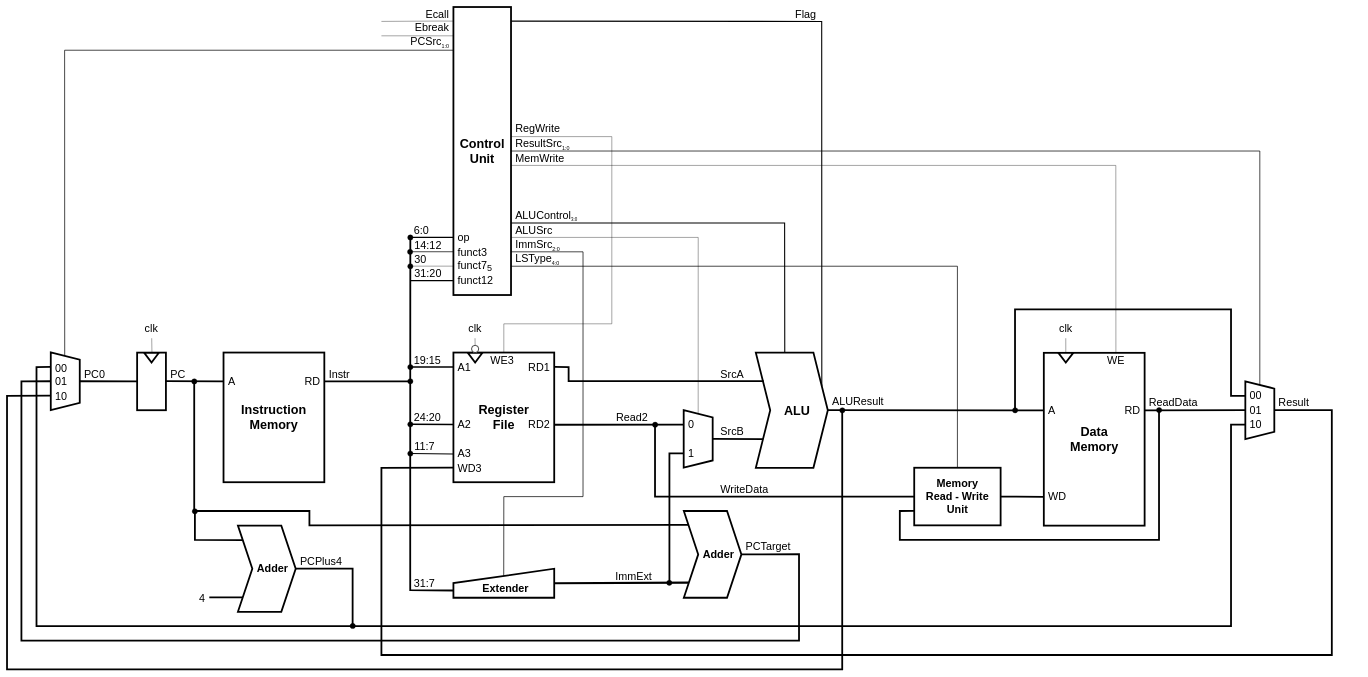
The draw.io diagram page "Datapath" (1 of 5) of 92_report/Diagrams/Block-diagram.drawio in ndNgoc1310/RISC-V_Single-cycle_Processor, before the edit. Source tidied: cells renumbered, new cells numbered last; positions are measured from the earlier drawing's top-left corner, leaving out a move shared by most shapes. Both pictures are drawn from the tidied source at 36%, with x=0, y=0 at pixel (7, 7).
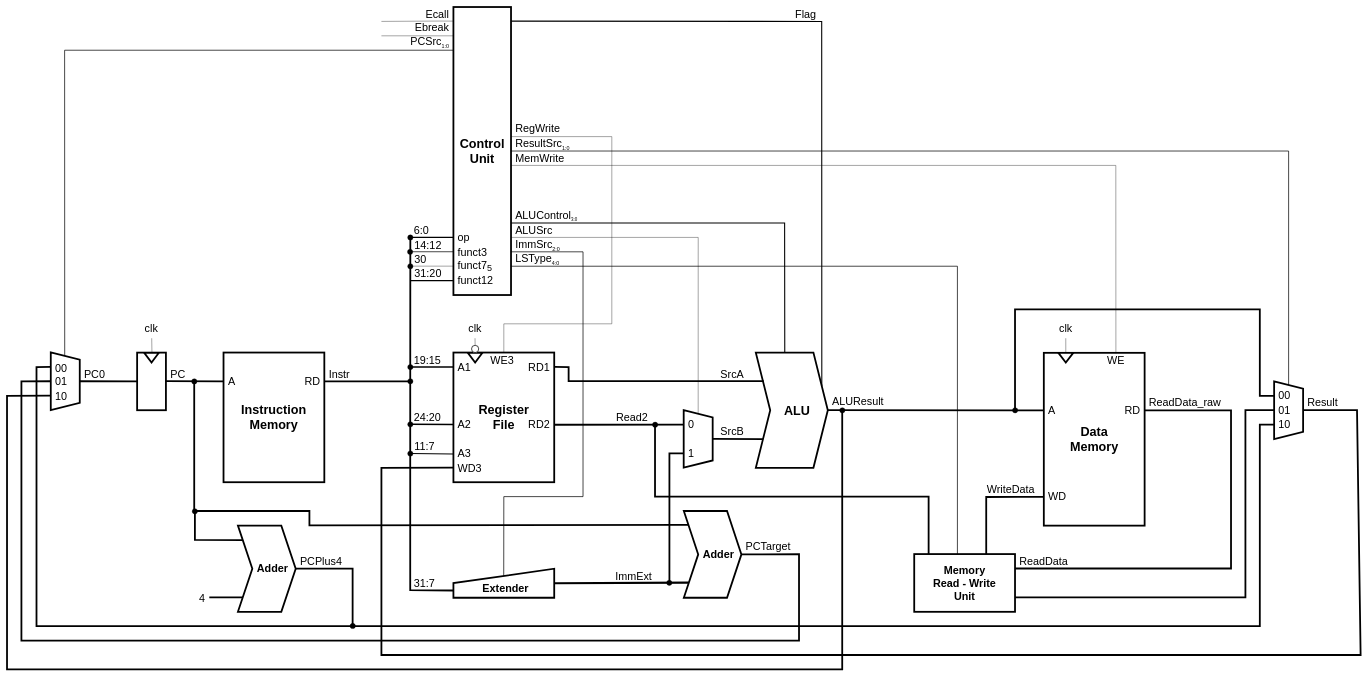
The same diagram, later.

Unchanged cells that the change refers to:
```xml
<mxCell id="4" value="&amp;nbsp; &amp;nbsp; Adder" style="shape=step;perimeter=stepPerimeter;whiteSpace=wrap;html=1;fixedSize=1;size=40;strokeWidth=5;fontSize=30;fontStyle=1;" parent="1" vertex="1">
  <mxGeometry x="641.4" y="1440.6" width="160.5" height="239.4" as="geometry" />
</mxCell>
<mxCell id="9" value="Register&lt;div&gt;File&lt;/div&gt;" style="rounded=0;whiteSpace=wrap;html=1;points=[[0,0.5,0,0,-240],[0,0.5,0,0,-200],[0,0.5,0,0,-160],[0,0.5,0,0,-120],[0,0.5,0,0,-80],[0,0.5,0,0,-40],[0,0.5,0,0,0],[0,0.5,0,0,40],[0,0.5,0,0,80],[0,0.5,0,0,120],[0,0.5,0,0,160],[0,0.5,0,0,200],[0,0.5,0,0,240],[0.25,0,0,0,0],[0.25,1,0,0,0],[0.5,0,0,-100,0],[0.5,0,0,-60,0],[0.5,0,0,-20,0],[0.5,0,0,0,0],[0.5,0,0,20,0],[0.5,0,0,60,0],[0.5,0,0,100,0],[0.5,1,0,-100,0],[0.5,1,0,-60,0],[0.5,1,0,-20,0],[0.5,1,0,0,0],[0.5,1,0,20,0],[0.5,1,0,60,0],[0.5,1,0,100,0],[0.5,1,0,1000,0],[0.75,0,0,0,0],[0.75,1,0,0,0],[1,0,0,0,0],[1,0.25,0,0,0],[1,0.5,0,0,-200],[1,0.5,0,0,-160],[1,0.5,0,0,-80],[1,0.5,0,0,-40],[1,0.5,0,0,0],[1,0.5,0,0,40],[1,0.5,0,0,80],[1,0.5,0,0,120],[1,0.5,0,0,160],[1,0.5,0,0,200],[1,0.75,0,0,0],[1,1,0,0,0]];strokeWidth=5;fontSize=35;fontStyle=1;" parent="1" vertex="1">
  <mxGeometry x="1240" y="959.8" width="280" height="360.2" as="geometry" />
</mxCell>
<mxCell id="10" value="Data&lt;div&gt;Memory&lt;/div&gt;" style="rounded=0;whiteSpace=wrap;html=1;points=[[0,0.5,0,0,-240],[0,0.5,0,0,-200],[0,0.5,0,0,-160],[0,0.5,0,0,-120],[0,0.5,0,0,-80],[0,0.5,0,0,-40],[0,0.5,0,0,0],[0,0.5,0,0,40],[0,0.5,0,0,80],[0,0.5,0,0,120],[0,0.5,0,0,160],[0,0.5,0,0,200],[0,0.5,0,0,240],[0.25,0,0,0,0],[0.25,1,0,0,0],[0.5,0,0,-100,0],[0.5,0,0,-60,0],[0.5,0,0,-20,0],[0.5,0,0,0,0],[0.5,0,0,20,0],[0.5,0,0,60,0],[0.5,0,0,100,0],[0.5,1,0,-100,0],[0.5,1,0,-60,0],[0.5,1,0,-20,0],[0.5,1,0,0,0],[0.5,1,0,20,0],[0.5,1,0,60,0],[0.5,1,0,100,0],[0.5,1,0,1000,0],[0.75,0,0,0,0],[0.75,1,0,0,0],[1,0,0,0,0],[1,0.25,0,0,0],[1,0.5,0,0,-200],[1,0.5,0,0,-160],[1,0.5,0,0,-80],[1,0.5,0,0,-40],[1,0.5,0,0,0],[1,0.5,0,0,40],[1,0.5,0,0,80],[1,0.5,0,0,120],[1,0.5,0,0,160],[1,0.5,0,0,200],[1,0.75,0,0,0],[1,1,0,0,0]];strokeWidth=5;fontSize=35;fontStyle=1;" parent="1" vertex="1">
  <mxGeometry x="2880" y="960.6" width="280" height="480" as="geometry" />
</mxCell>
<mxCell id="12" value="Control&lt;div&gt;Unit&lt;/div&gt;" style="rounded=0;whiteSpace=wrap;html=1;points=[[0,0.5,0,0,-1600],[0,0.5,0,0,-280],[0,0.5,0,0,-240],[0,0.5,0,0,-200],[0,0.5,0,0,-160],[0,0.5,0,0,-120],[0,0.5,0,0,-80],[0,0.5,0,0,-40],[0,0.5,0,0,0],[0,0.5,0,0,40],[0,0.5,0,0,80],[0,0.5,0,0,120],[0,0.5,0,0,160],[0,0.5,0,0,200],[0,0.5,0,0,240],[0,0.5,0,0,280],[0.5,1,0,1000,0],[1,0.5,0,0,-280],[1,0.5,0,0,-240],[1,0.5,0,0,-200],[1,0.5,0,0,-160],[1,0.5,0,0,-120],[1,0.5,0,0,-80],[1,0.5,0,0,-40],[1,0.5,0,0,0],[1,0.5,0,0,40],[1,0.5,0,0,80],[1,0.5,0,0,120],[1,0.5,0,0,160],[1,0.5,0,0,200],[1,0.5,0,0,240],[1,0.5,0,0,280]];strokeWidth=5;fontSize=35;fontStyle=1;" parent="1" vertex="1">
  <mxGeometry x="1240" width="160" height="800" as="geometry" />
</mxCell>
```

What changed in the source:
```diff
@@
     <mxCell id="7" style="shape=trapezoid;perimeter=trapezoidPerimeter;whiteSpace=wrap;html=1;fixedSize=1;rotation=90;strokeWidth=5;" parent="1" vertex="1">
-      <mxGeometry x="3400" y="1079.7" width="160" height="80.5" as="geometry" />
+      <mxGeometry x="3480" y="1079.7" width="160" height="80.5" as="geometry" />
     </mxCell>
@@
+    <mxCell id="143" style="edgeStyle=orthogonalEdgeStyle;rounded=0;jettySize=auto;html=1;entryX=0.5;entryY=1;entryDx=0;entryDy=0;endArrow=none;startFill=0;strokeWidth=5;exitX=1;exitY=0.5;exitDx=0;exitDy=40;exitPerimeter=0;" parent="1" edge="1" source="11" target="7">
+      <mxGeometry relative="1" as="geometry">
+        <Array as="points">
+          <mxPoint x="3440" y="1640" />
+          <mxPoint x="3440" y="1120" />
+        </Array>
+      </mxGeometry>
+    </mxCell>
     <mxCell id="11" value="Memory&lt;div&gt;Read - Write&lt;/div&gt;&lt;div&gt;Unit&lt;/div&gt;" style="rounded=0;whiteSpace=wrap;html=1;points=[[0,0.5,0,0,-240],[0,0.5,0,0,-200],[0,0.5,0,0,-160],[0,0.5,0,0,-120],[0,0.5,0,0,-80],[0,0.5,0,0,-40],[0,0.5,0,0,0],[0,0.5,0,0,40],[0,0.5,0,0,80],[0,0.5,0,0,120],[0,0.5,0,0,160],[0,0.5,0,0,200],[0,0.5,0,0,240],[0.25,0,0,0,0],[0.25,1,0,0,0],[0.5,0,0,-100,0],[0.5,0,0,-60,0],[0.5,0,0,-20,0],[0.5,0,0,0,0],[0.5,0,0,20,0],[0.5,0,0,60,0],[0.5,0,0,100,0],[0.5,1,0,-100,0],[0.5,1,0,-60,0],[0.5,1,0,-20,0],[0.5,1,0,0,0],[0.5,1,0,20,0],[0.5,1,0,60,0],[0.5,1,0,100,0],[0.5,1,0,1000,0],[0.75,0,0,0,0],[0.75,1,0,0,0],[1,0,0,0,0],[1,0.25,0,0,0],[1,0.5,0,0,-200],[1,0.5,0,0,-160],[1,0.5,0,0,-80],[1,0.5,0,0,-40],[1,0.5,0,0,0],[1,0.5,0,0,40],[1,0.5,0,0,80],[1,0.5,0,0,120],[1,0.5,0,0,160],[1,0.5,0,0,200],[1,0.75,0,0,0],[1,1,0,0,0]];strokeWidth=5;fontSize=30;fontStyle=1;" parent="1" vertex="1">
-      <mxGeometry x="2520" y="1279.8" width="240" height="160" as="geometry" />
+      <mxGeometry x="2520" y="1519.6" width="280" height="160.4" as="geometry" />
     </mxCell>
@@
     <mxCell id="18" style="endArrow=none;html=1;rounded=0;entryX=1;entryY=0.5;entryDx=0;entryDy=0;strokeWidth=5;exitX=0.75;exitY=1;exitDx=0;exitDy=0;" parent="1" edge="1" source="7" target="4">
       <mxGeometry relative="1" as="geometry">
         <Array as="points">
-          <mxPoint x="3400" y="1160" />
-          <mxPoint x="3400" y="1720" />
+          <mxPoint x="3480" y="1160" />
+          <mxPoint x="3480" y="1720" />
           <mxPoint x="960" y="1720" />
           <mxPoint x="960" y="1560" />
           <mxPoint x="801.9" y="1560" />
         </Array>
       </mxGeometry>
     </mxCell>
@@
-    <mxCell id="35" style="endArrow=none;html=1;rounded=0;strokeWidth=2;entryX=0.5;entryY=0;entryDx=0;entryDy=0;entryPerimeter=0;exitX=0.998;exitY=0.9;exitDx=0;exitDy=0;exitPerimeter=0;" parent="1" edge="1" source="12" target="11">
+    <mxCell id="35" style="endArrow=none;html=1;rounded=0;strokeWidth=2;exitX=0.998;exitY=0.9;exitDx=0;exitDy=0;exitPerimeter=0;entryX=0.5;entryY=0;entryDx=-20;entryDy=0;entryPerimeter=0;" parent="1" edge="1" source="12" target="11">
       <mxGeometry relative="1" as="geometry">
         <Array as="points">
           <mxPoint x="2640" y="720" />
         </Array>
       </mxGeometry>
     </mxCell>
@@
     <mxCell id="40" style="endArrow=none;html=1;rounded=0;exitX=1;exitY=0.5;exitDx=0;exitDy=40;exitPerimeter=0;entryX=0;entryY=0.5;entryDx=0;entryDy=0;strokeWidth=2;" parent="1" edge="1" target="7">
       <mxGeometry relative="1" as="geometry">
         <mxPoint x="1400" y="400" as="sourcePoint" />
         <Array as="points">
-          <mxPoint x="3480" y="400" />
+          <mxPoint x="3560" y="400" />
         </Array>
       </mxGeometry>
     </mxCell>
@@
-    <mxCell id="44" style="endArrow=none;html=1;rounded=0;exitX=0;exitY=0.5;exitDx=0;exitDy=0;exitPerimeter=0;strokeWidth=5;" parent="1" edge="1" source="11">
+    <mxCell id="44" style="endArrow=none;html=1;rounded=0;strokeWidth=5;exitX=0.5;exitY=0;exitDx=-100;exitDy=0;exitPerimeter=0;" parent="1" edge="1" source="11">
       <mxGeometry relative="1" as="geometry">
         <mxPoint x="1800" y="1160" as="targetPoint" />
         <Array as="points">
+          <mxPoint x="2560" y="1360" />
           <mxPoint x="1800" y="1360" />
         </Array>
       </mxGeometry>
     </mxCell>
@@
-    <mxCell id="49" style="endArrow=none;html=1;rounded=0;entryX=1;entryY=0.5;entryDx=0;entryDy=0;entryPerimeter=0;exitX=0;exitY=0.5;exitDx=0;exitDy=160;exitPerimeter=0;strokeWidth=5;" parent="1" edge="1" source="10" target="11">
-      <mxGeometry relative="1" as="geometry" />
+    <mxCell id="49" style="endArrow=none;html=1;rounded=0;exitX=0;exitY=0.5;exitDx=0;exitDy=160;exitPerimeter=0;strokeWidth=5;entryX=0.5;entryY=0;entryDx=60;entryDy=0;entryPerimeter=0;" parent="1" edge="1" source="10" target="11">
+      <mxGeometry relative="1" as="geometry">
+        <Array as="points">
+          <mxPoint x="2720" y="1361" />
+        </Array>
+      </mxGeometry>
     </mxCell>
-    <mxCell id="50" style="endArrow=none;html=1;rounded=0;entryX=1;entryY=0.5;entryDx=0;entryDy=-80;entryPerimeter=0;exitX=0.5;exitY=1;exitDx=0;exitDy=0;strokeWidth=5;" parent="1" edge="1" source="7" target="10">
-      <mxGeometry relative="1" as="geometry" />
-    </mxCell>
-    <mxCell id="51" style="endArrow=none;html=1;rounded=0;exitX=0;exitY=0.5;exitDx=0;exitDy=40;exitPerimeter=0;strokeWidth=5;" parent="1" edge="1" source="11">
-      <mxGeometry relative="1" as="geometry">
-        <mxPoint x="3200" y="1120" as="targetPoint" />
-        <Array as="points">
-          <mxPoint x="2480" y="1400" />
-          <mxPoint x="2480" y="1480" />
-          <mxPoint x="3200" y="1480" />
-        </Array>
-      </mxGeometry>
-    </mxCell>
     <mxCell id="52" style="endArrow=none;html=1;rounded=0;entryX=0.25;entryY=1;entryDx=0;entryDy=0;strokeWidth=5;" parent="1" edge="1" target="7">
       <mxGeometry relative="1" as="geometry">
         <mxPoint x="2800" y="1120" as="sourcePoint" />
         <Array as="points">
           <mxPoint x="2800" y="840" />
-          <mxPoint x="3400" y="840" />
-          <mxPoint x="3400" y="1080" />
+          <mxPoint x="3480" y="840" />
+          <mxPoint x="3480" y="1080" />
         </Array>
       </mxGeometry>
     </mxCell>
@@
     <mxCell id="55" style="endArrow=none;html=1;rounded=0;entryX=0.5;entryY=0;entryDx=0;entryDy=0;exitX=-0.003;exitY=0.888;exitDx=0;exitDy=0;exitPerimeter=0;strokeWidth=5;" parent="1" edge="1" source="9" target="7">
       <mxGeometry relative="1" as="geometry">
         <Array as="points">
           <mxPoint x="1040" y="1280" />
           <mxPoint x="1040" y="1800" />
-          <mxPoint x="3680" y="1800" />
-          <mxPoint x="3680" y="1120" />
+          <mxPoint x="3760" y="1800" />
+          <mxPoint x="3750" y="1120" />
         </Array>
       </mxGeometry>
     </mxCell>
@@
     <mxCell id="61" value="00" style="text;html=1;align=left;verticalAlign=middle;whiteSpace=wrap;rounded=0;fontSize=30;" parent="1" vertex="1">
-      <mxGeometry x="3450" y="1067" width="60" height="24.8" as="geometry" />
+      <mxGeometry x="3530" y="1067" width="60" height="24.8" as="geometry" />
     </mxCell>
     <mxCell id="62" value="01" style="text;html=1;align=left;verticalAlign=middle;whiteSpace=wrap;rounded=0;fontSize=30;" parent="1" vertex="1">
-      <mxGeometry x="3450" y="1107.6" width="60" height="24.8" as="geometry" />
+      <mxGeometry x="3530" y="1107.6" width="60" height="24.8" as="geometry" />
     </mxCell>
     <mxCell id="63" value="10" style="text;html=1;align=left;verticalAlign=middle;whiteSpace=wrap;rounded=0;fontSize=30;" parent="1" vertex="1">
-      <mxGeometry x="3450" y="1147.4" width="60" height="24.8" as="geometry" />
+      <mxGeometry x="3530" y="1147.4" width="60" height="24.8" as="geometry" />
     </mxCell>
@@
-    <mxCell id="97" style="ellipse;whiteSpace=wrap;html=1;fillColor=#000000;" parent="1" vertex="1">
-      <mxGeometry x="3193" y="1112.4" width="14.6" height="14.6" as="geometry" />
-    </mxCell>
@@
-    <mxCell id="132" value="WriteData" style="text;html=1;align=left;verticalAlign=middle;whiteSpace=wrap;rounded=0;fontSize=30;" parent="1" vertex="1">
-      <mxGeometry x="1980" y="1326.8" width="140" height="24.8" as="geometry" />
-    </mxCell>
@@
-    <mxCell id="134" value="ReadData" style="text;html=1;align=left;verticalAlign=middle;whiteSpace=wrap;rounded=0;fontSize=30;" parent="1" vertex="1">
-      <mxGeometry x="3170.3" y="1085.8" width="140" height="24.8" as="geometry" />
+    <mxCell id="134" value="ReadData_raw" style="text;html=1;align=left;verticalAlign=middle;whiteSpace=wrap;rounded=0;fontSize=30;" parent="1" vertex="1">
+      <mxGeometry x="3170.3" y="1085.8" width="199.7" height="24.8" as="geometry" />
     </mxCell>
     <mxCell id="135" value="Result" style="text;html=1;align=left;verticalAlign=middle;whiteSpace=wrap;rounded=0;fontSize=30;" parent="1" vertex="1">
-      <mxGeometry x="3530" y="1086" width="140" height="24.8" as="geometry" />
+      <mxGeometry x="3610" y="1086" width="140" height="24.8" as="geometry" />
     </mxCell>
@@
+    <mxCell id="144" style="edgeStyle=orthogonalEdgeStyle;rounded=0;jettySize=auto;html=1;exitX=1;exitY=0.5;exitDx=0;exitDy=-80;exitPerimeter=0;strokeWidth=5;endArrow=none;startFill=0;entryX=1;entryY=0.25;entryDx=0;entryDy=0;entryPerimeter=0;" parent="1" edge="1" source="10" target="11">
+      <mxGeometry relative="1" as="geometry">
+        <Array as="points">
+          <mxPoint x="3400" y="1121" />
+          <mxPoint x="3400" y="1560" />
+        </Array>
+      </mxGeometry>
+    </mxCell>
+    <mxCell id="132" value="WriteData" style="text;html=1;align=left;verticalAlign=middle;whiteSpace=wrap;rounded=0;fontSize=30;" parent="1" vertex="1">
+      <mxGeometry x="2720" y="1326.8" width="140" height="24.8" as="geometry" />
+    </mxCell>
+    <mxCell id="145" value="ReadData" style="text;html=1;align=left;verticalAlign=middle;whiteSpace=wrap;rounded=0;fontSize=30;" parent="1" vertex="1">
+      <mxGeometry x="2810" y="1527.7" width="140" height="24.8" as="geometry" />
+    </mxCell>
```
